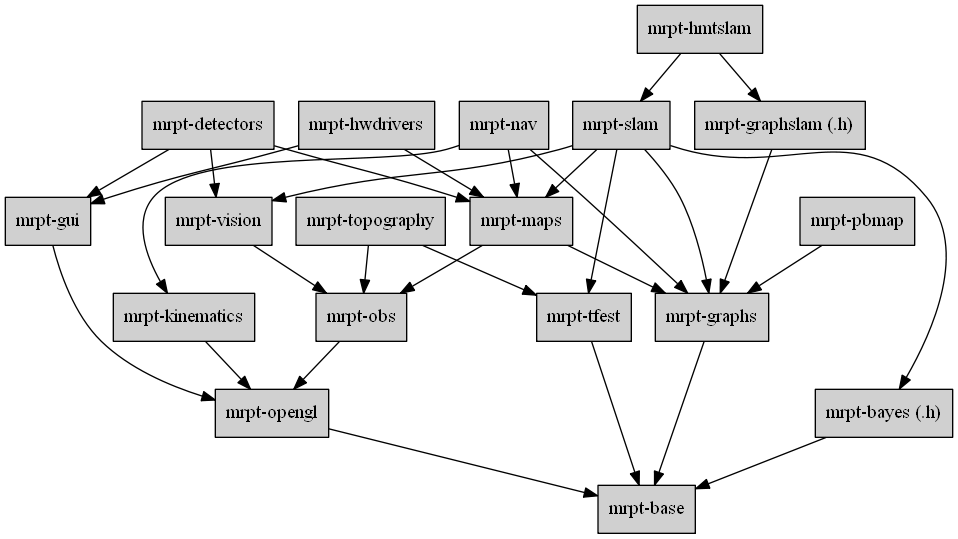
Earlier version of the Graphviz export doc/design_of_images/graph_mrpt_libs.png (MRPT/mrpt). Its source is kept beside it as doc/design_of_images/graph_mrpt_libs.dot.
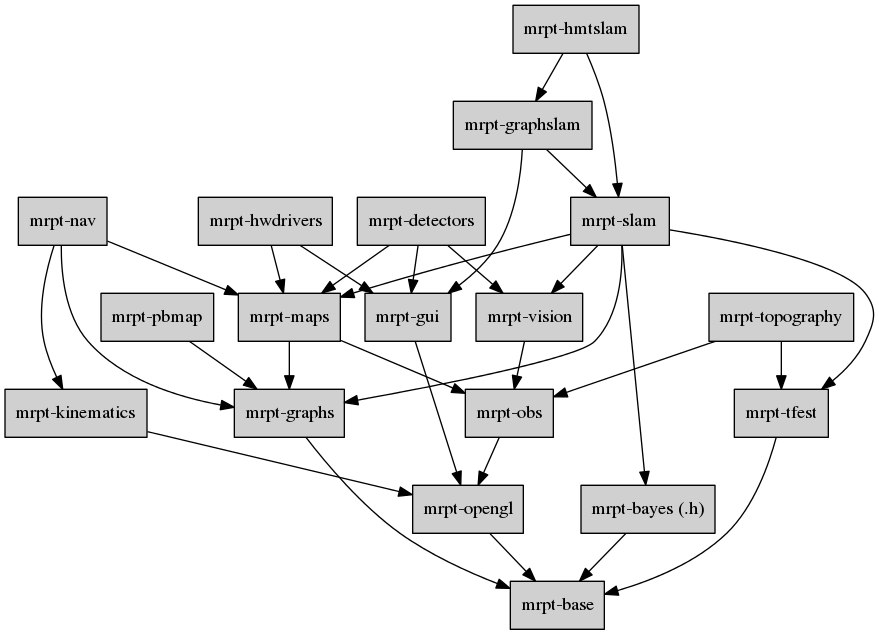
Above is the later version.

Commit message:
Correct graph_mrpt_libs dotgraph

Diff of the diagram source:
```diff
@@ -2,33 +2,33 @@
 
 	node [shape=box,style=filled, fillcolor="#D0D0D0"];
 
-	base 		[label="mrpt-base",URL="group__mrpt__base__grp.html"];
-	graphs		[label="mrpt-graphs",URL="group__mrpt__graphs__grp.html"];
-	bayes 		[label="mrpt-bayes (.h)",URL="group__mrpt__bayes__grp.html"];
-	opengl 		[label="mrpt-opengl", URL="group__mrpt__opengl__grp.html"];
-	gui 		[label="mrpt-gui",URL="group__mrpt__gui__grp.html"];
-	obs 		[label="mrpt-obs",URL="group__mrpt__obs__grp.html"];
-	hwdrivers 	[label="mrpt-hwdrivers",URL="group__mrpt__hwdrivers__grp.html"];
-	topography 	[label="mrpt-topography",URL="group__mrpt__topography__grp.html"];
-	maps 		[label="mrpt-maps",URL="group__mrpt__maps__grp.html"];
-	vision 		[label="mrpt-vision",URL="group__mrpt__vision__grp.html"];
-	tfest 		[label="mrpt-tfest",URL="group__mrpt__tfest__grp.html"];
+	base       [label="mrpt-base",URL="group__mrpt__base__grp.html"];
+	graphs     [label="mrpt-graphs",URL="group__mrpt__graphs__grp.html"];
+	bayes      [label="mrpt-bayes (.h)",URL="group__mrpt__bayes__grp.html"];
+	opengl     [label="mrpt-opengl", URL="group__mrpt__opengl__grp.html"];
+	gui        [label="mrpt-gui",URL="group__mrpt__gui__grp.html"];
+	obs        [label="mrpt-obs",URL="group__mrpt__obs__grp.html"];
+	hwdrivers  [label="mrpt-hwdrivers",URL="group__mrpt__hwdrivers__grp.html"];
+	topography [label="mrpt-topography",URL="group__mrpt__topography__grp.html"];
+	maps       [label="mrpt-maps",URL="group__mrpt__maps__grp.html"];
+	vision     [label="mrpt-vision",URL="group__mrpt__vision__grp.html"];
+	tfest      [label="mrpt-tfest",URL="group__mrpt__tfest__grp.html"];
 
-	slam 		[label="mrpt-slam",URL="group__mrpt__slam__grp.html"];
-	graphslam	[label="mrpt-graphslam (.h)",URL="group__mrpt__graphslam__grp.html"];
+	slam       [label="mrpt-slam",URL="group__mrpt__slam__grp.html"];
+	graphslam  [label="mrpt-graphslam",URL="group__mrpt__graphslam__grp.html"];
 
-	hmtslam		[label="mrpt-hmtslam",URL="group__mrpt__hmtslam__grp.html"];
-	nav	        [label="mrpt-nav",URL="group__mrpt__nav__grp.html"];
+	hmtslam    [label="mrpt-hmtslam",URL="group__mrpt__hmtslam__grp.html"];
+	nav        [label="mrpt-nav",URL="group__mrpt__nav__grp.html"];
 
-	detectors	[label="mrpt-detectors",URL="group__mrpt__detectors__grp.html"];
+	detectors  [label="mrpt-detectors",URL="group__mrpt__detectors__grp.html"];
 
-	kinematics	[label="mrpt-kinematics",URL="group__mrpt__kinematics__grp.html"];
+	kinematics [label="mrpt-kinematics",URL="group__mrpt__kinematics__grp.html"];
 
-	pbmap    [label="mrpt-pbmap",URL="group__mrpt__pbmap__grp.html"];
+	pbmap      [label="mrpt-pbmap",URL="group__mrpt__pbmap__grp.html"];
 
 	pbmap -> graphs;
 
-	kinematics  -> opengl;
+	kinematics -> opengl;
 
 	graphs -> base;
 	tfest -> base;
@@ -58,7 +58,8 @@
 	slam -> bayes;
 	slam -> graphs;
 
-	graphslam -> graphs;
+	graphslam -> slam;
+	graphslam -> gui;
 
 	detectors -> vision;
 	detectors -> maps;
```
